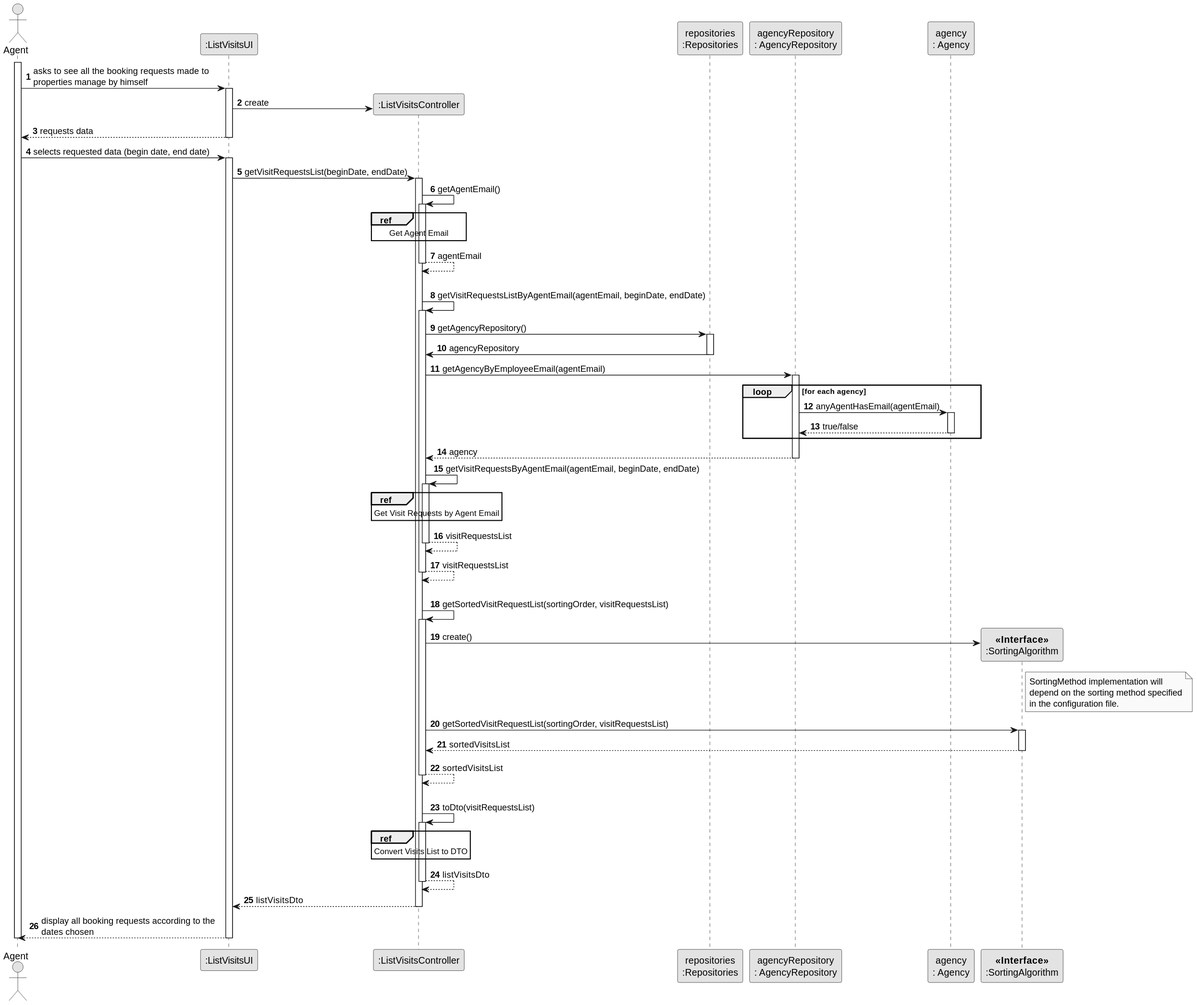
Above: docs/sprintD/us015/03.design/svg/us015-sequence-diagram-split.svg in rita-barbosa/LAPR2-2223 (PlantUML), before the change. Source of this version:
```plantuml
@startuml
skinparam monochrome true
skinparam packageStyle rectangle
skinparam shadowing false

autonumber

actor "Agent" as ADM
participant ":ListVisitsUI" as UI
participant ":ListVisitsController" as CTRL
participant "repositories\n:Repositories" as PLAT
participant "agencyRepository\n: AgencyRepository" as AgRep
participant "agency\n: Agency" as AGENCY
participant "<b><<Interface>></b>\n:SortingAlgorithm" as SORTALG

activate ADM

        ADM -> UI : asks to see all the booking requests made to \nproperties manage by himself
        activate UI

            UI -> CTRL** : create

            UI --> ADM : requests data
        deactivate UI

    ADM -> UI : selects requested data (begin date, end date)
    activate UI

    UI -> CTRL : getVisitRequestsList(beginDate, endDate)
    activate CTRL

        CTRL -> CTRL : getAgentEmail()
        activate CTRL

           ref over CTRL
           Get Agent Email
           end ref

        CTRL --> CTRL : agentEmail
        deactivate CTRL
        |||

        CTRL -> CTRL: getVisitRequestsListByAgentEmail(agentEmail, beginDate, endDate)
        activate CTRL

        CTRL -> PLAT :  getAgencyRepository()
        activate PLAT

        PLAT -> CTRL : agencyRepository
        deactivate PLAT
        CTRL -> AgRep: getAgencyByEmployeeEmail(agentEmail)
        activate AgRep

         loop for each agency
             AgRep -> AGENCY : anyAgentHasEmail(agentEmail)
             activate AGENCY

                  AGENCY --> AgRep : true/false
             deactivate AGENCY
         end
         AgRep --> CTRL : agency
        deactivate AgRep


        CTRL -> CTRL : getVisitRequestsByAgentEmail(agentEmail, beginDate, endDate)
        activate CTRL

        ref over CTRL
        Get Visit Requests by Agent Email
        end ref


        CTRL --> CTRL : visitRequestsList
        deactivate CTRL

        CTRL --> CTRL: visitRequestsList
        deactivate CTRL
        |||

        CTRL -> CTRL : getSortedVisitRequestList(sortingOrder, visitRequestsList)
        activate CTRL

        CTRL -> SORTALG** : create()

        note right SORTALG
        SortingMethod implementation will
        depend on the sorting method specified
        in the configuration file.
        end note

        CTRL -> SORTALG : getSortedVisitRequestList(sortingOrder, visitRequestsList)
        activate SORTALG

        SORTALG --> CTRL : sortedVisitsList
        deactivate SORTALG

        CTRL --> CTRL : sortedVisitsList
        deactivate CTRL
        |||

            CTRL -> CTRL : toDto(visitRequestsList)
            activate CTRL

            ref over CTRL
            Convert Visits List to DTO
            end ref


            CTRL --> CTRL : listVisitsDto
            deactivate CTRL

             CTRL --> UI: listVisitsDto
             deactivate CTRL


        UI --> ADM : display all booking requests according to the \ndates chosen
    deactivate UI

deactivate ADM
@enduml
```
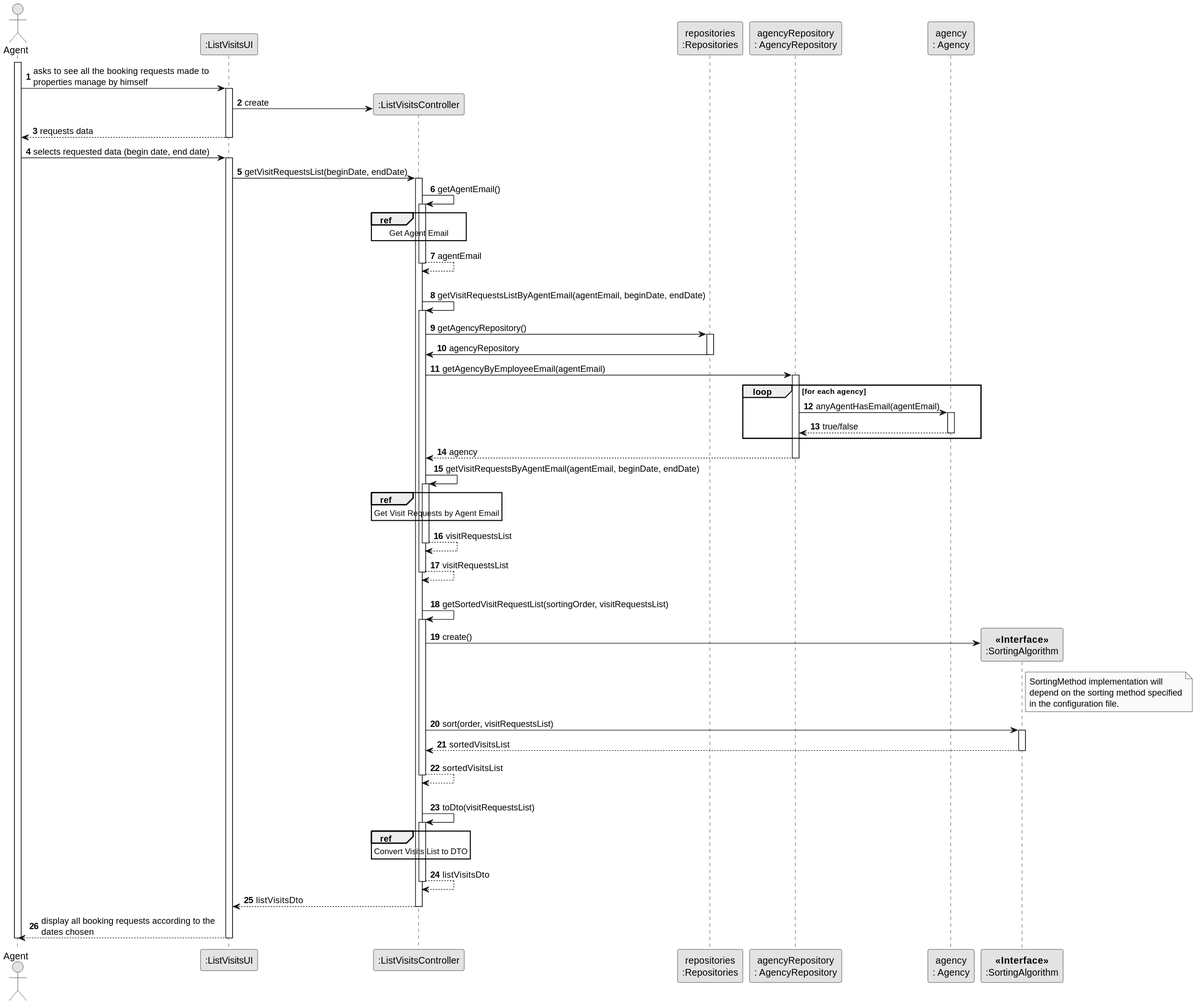
Later version of the same file.

Commit message:
Update Sequence Diagram (full & split) + SVG's [US015][Design]

The edit, as a diff of the source:
```diff
@@ -88,7 +88,7 @@
         in the configuration file.
         end note
 
-        CTRL -> SORTALG : getSortedVisitRequestList(sortingOrder, visitRequestsList)
+        CTRL -> SORTALG : sort(order, visitRequestsList)
         activate SORTALG
 
         SORTALG --> CTRL : sortedVisitsList
```
